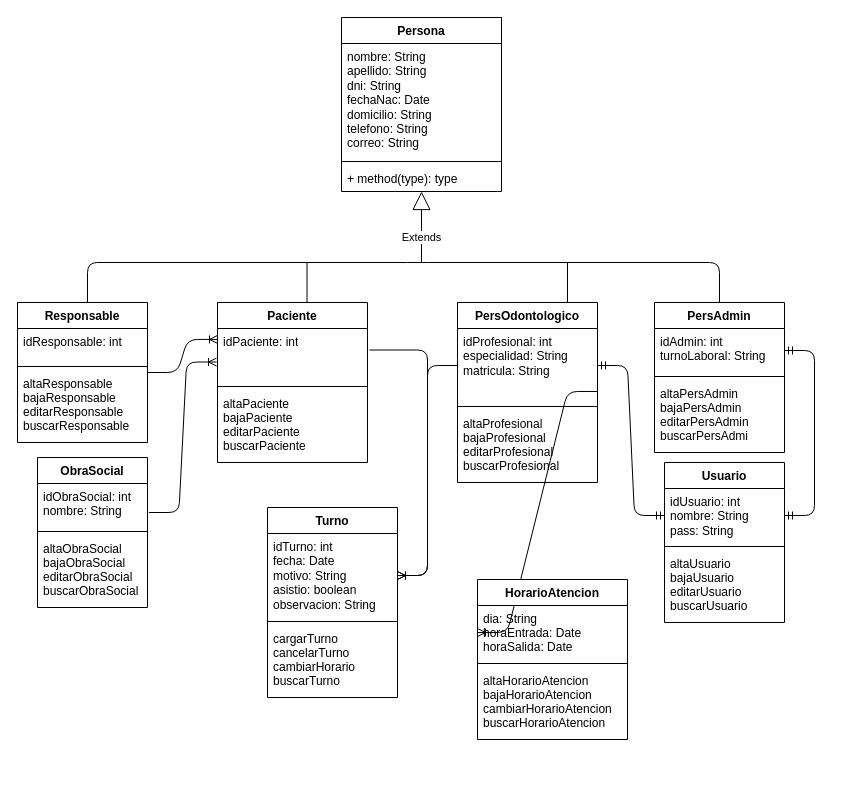
msrepezza/gestion-turnos-clinica-odontologica keeps this draw.io diagram as modeloDeClases-Soledad-Repezza.drawio. Above is the earlier version. Source tidied: cells renumbered, new cells numbered last; positions are measured from the earlier drawing's top-left corner, leaving out a move shared by most shapes. Both pictures are drawn from the tidied source at 100%, with x=0, y=0 at pixel (17, 17).
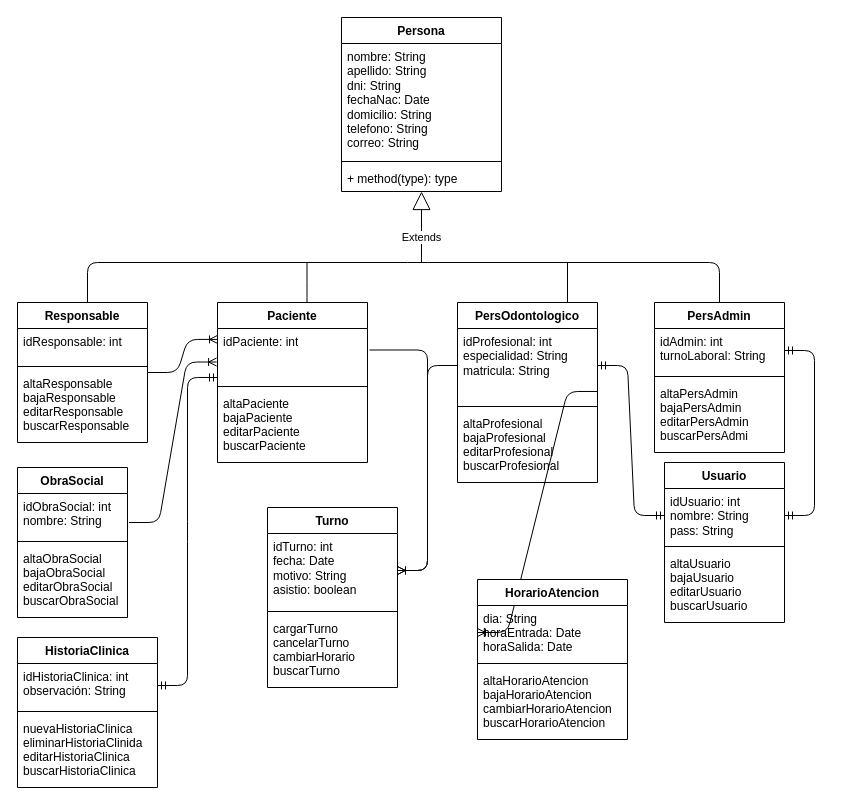
After the change.

Unchanged cells that the change refers to:
```xml
<mxCell id="16" value="idPaciente: int&#10;&#10;&#10;&#10;" style="text;strokeColor=none;fillColor=none;align=left;verticalAlign=top;spacingLeft=4;spacingRight=4;overflow=hidden;points=[[0,0.5],[1,0.5]];portConstraint=eastwest;whiteSpace=wrap;" parent="15" vertex="1">
  <mxGeometry y="26" width="150" height="54" as="geometry" />
</mxCell>
```

Diff of the diagram source:
```diff
@@
-    <mxCell id="33" value="ObraSocial" style="swimlane;fontStyle=1;align=center;verticalAlign=top;horizontal=1;startSize=26;" parent="1" vertex="1">
-      <mxGeometry x="20" y="440" width="110" height="150" as="geometry" />
-    </mxCell>
-    <mxCell id="34" value="idObraSocial: int&#10;nombre: String" style="text;strokeColor=none;fillColor=none;align=left;verticalAlign=top;spacingLeft=4;spacingRight=4;overflow=hidden;points=[[0,0.5],[1,0.5]];portConstraint=eastwest;" parent="33" vertex="1">
-      <mxGeometry y="26" width="110" height="44" as="geometry" />
-    </mxCell>
-    <mxCell id="35" style="line;strokeWidth=1;fillColor=none;align=left;verticalAlign=middle;spacingTop=-1;spacingLeft=3;spacingRight=3;labelPosition=right;" parent="33" vertex="1">
-      <mxGeometry y="70" width="110" height="8" as="geometry" />
-    </mxCell>
-    <mxCell id="36" value="altaObraSocial&#10;bajaObraSocial&#10;editarObraSocial&#10;buscarObraSocial&#10;" style="text;strokeColor=none;fillColor=none;align=left;verticalAlign=top;spacingLeft=4;spacingRight=4;overflow=hidden;" parent="33" vertex="1">
-      <mxGeometry y="78" width="110" height="72" as="geometry" />
-    </mxCell>
@@
     <mxCell id="41" value="Turno" style="swimlane;fontStyle=1;align=center;verticalAlign=top;horizontal=1;startSize=26;" parent="1" vertex="1">
-      <mxGeometry x="250" y="490" width="130" height="190" as="geometry" />
+      <mxGeometry x="250" y="490" width="130" height="180" as="geometry" />
     </mxCell>
-    <mxCell id="42" value="idTurno: int&#10;fecha: Date&#10;motivo: String&#10;asistio: boolean&#10;observacion: String" style="text;strokeColor=none;fillColor=none;align=left;verticalAlign=top;spacingLeft=4;spacingRight=4;overflow=hidden;points=[[0,0.5],[1,0.5]];portConstraint=eastwest;whiteSpace=wrap;" parent="41" vertex="1">
-      <mxGeometry y="26" width="130" height="84" as="geometry" />
+    <mxCell id="42" value="idTurno: int&#10;fecha: Date&#10;motivo: String&#10;asistio: boolean" style="text;strokeColor=none;fillColor=none;align=left;verticalAlign=top;spacingLeft=4;spacingRight=4;overflow=hidden;points=[[0,0.5],[1,0.5]];portConstraint=eastwest;whiteSpace=wrap;" parent="41" vertex="1">
+      <mxGeometry y="26" width="130" height="74" as="geometry" />
     </mxCell>
     <mxCell id="43" style="line;strokeWidth=1;fillColor=none;align=left;verticalAlign=middle;spacingTop=-1;spacingLeft=3;spacingRight=3;labelPosition=right;" parent="41" vertex="1">
-      <mxGeometry y="110" width="130" height="8" as="geometry" />
+      <mxGeometry y="100" width="130" height="8" as="geometry" />
     </mxCell>
     <mxCell id="44" value="cargarTurno&#10;cancelarTurno&#10;cambiarHorario&#10;buscarTurno&#10;&#10;" style="text;strokeColor=none;fillColor=none;align=left;verticalAlign=top;spacingLeft=4;spacingRight=4;overflow=hidden;" parent="41" vertex="1">
-      <mxGeometry y="118" width="130" height="72" as="geometry" />
+      <mxGeometry y="108" width="130" height="72" as="geometry" />
     </mxCell>
@@
+    <mxCell id="49" style="edgeStyle=entityRelationEdgeStyle;fontSize=12;html=1;endArrow=ERmandOne;startArrow=ERmandOne;entryX=0;entryY=0.907;entryDx=0;entryDy=0;entryPerimeter=0;exitX=1;exitY=0.5;exitDx=0;exitDy=0;" parent="1" edge="1" source="51" target="16">
+      <mxGeometry relative="1" as="geometry" />
+    </mxCell>
+    <mxCell id="50" value="HistoriaClinica" style="swimlane;fontStyle=1;align=center;verticalAlign=top;horizontal=1;startSize=26;" parent="1" vertex="1">
+      <mxGeometry y="620" width="140" height="150" as="geometry" />
+    </mxCell>
+    <mxCell id="51" value="idHistoriaClinica: int&#10;observación: String&#10;&#10;" style="text;strokeColor=none;fillColor=none;align=left;verticalAlign=top;spacingLeft=4;spacingRight=4;overflow=hidden;points=[[0,0.5],[1,0.5]];portConstraint=eastwest;" parent="50" vertex="1">
+      <mxGeometry y="26" width="140" height="44" as="geometry" />
+    </mxCell>
+    <mxCell id="52" style="line;strokeWidth=1;fillColor=none;align=left;verticalAlign=middle;spacingTop=-1;spacingLeft=3;spacingRight=3;labelPosition=right;" parent="50" vertex="1">
+      <mxGeometry y="70" width="140" height="8" as="geometry" />
+    </mxCell>
+    <mxCell id="53" value="nuevaHistoriaClinica&#10;eliminarHistoriaClinida&#10;editarHistoriaClinica&#10;buscarHistoriaClinica&#10;" style="text;strokeColor=none;fillColor=none;align=left;verticalAlign=top;spacingLeft=4;spacingRight=4;overflow=hidden;" parent="50" vertex="1">
+      <mxGeometry y="78" width="140" height="72" as="geometry" />
+    </mxCell>
+    <mxCell id="33" value="ObraSocial" style="swimlane;fontStyle=1;align=center;verticalAlign=top;horizontal=1;startSize=26;" parent="1" vertex="1">
+      <mxGeometry y="450" width="110" height="150" as="geometry" />
+    </mxCell>
+    <mxCell id="34" value="idObraSocial: int&#10;nombre: String" style="text;strokeColor=none;fillColor=none;align=left;verticalAlign=top;spacingLeft=4;spacingRight=4;overflow=hidden;points=[[0,0.5],[1,0.5]];portConstraint=eastwest;" parent="33" vertex="1">
+      <mxGeometry y="26" width="110" height="44" as="geometry" />
+    </mxCell>
+    <mxCell id="35" style="line;strokeWidth=1;fillColor=none;align=left;verticalAlign=middle;spacingTop=-1;spacingLeft=3;spacingRight=3;labelPosition=right;" parent="33" vertex="1">
+      <mxGeometry y="70" width="110" height="8" as="geometry" />
+    </mxCell>
+    <mxCell id="36" value="altaObraSocial&#10;bajaObraSocial&#10;editarObraSocial&#10;buscarObraSocial&#10;" style="text;strokeColor=none;fillColor=none;align=left;verticalAlign=top;spacingLeft=4;spacingRight=4;overflow=hidden;" parent="33" vertex="1">
+      <mxGeometry y="78" width="110" height="72" as="geometry" />
+    </mxCell>
```
